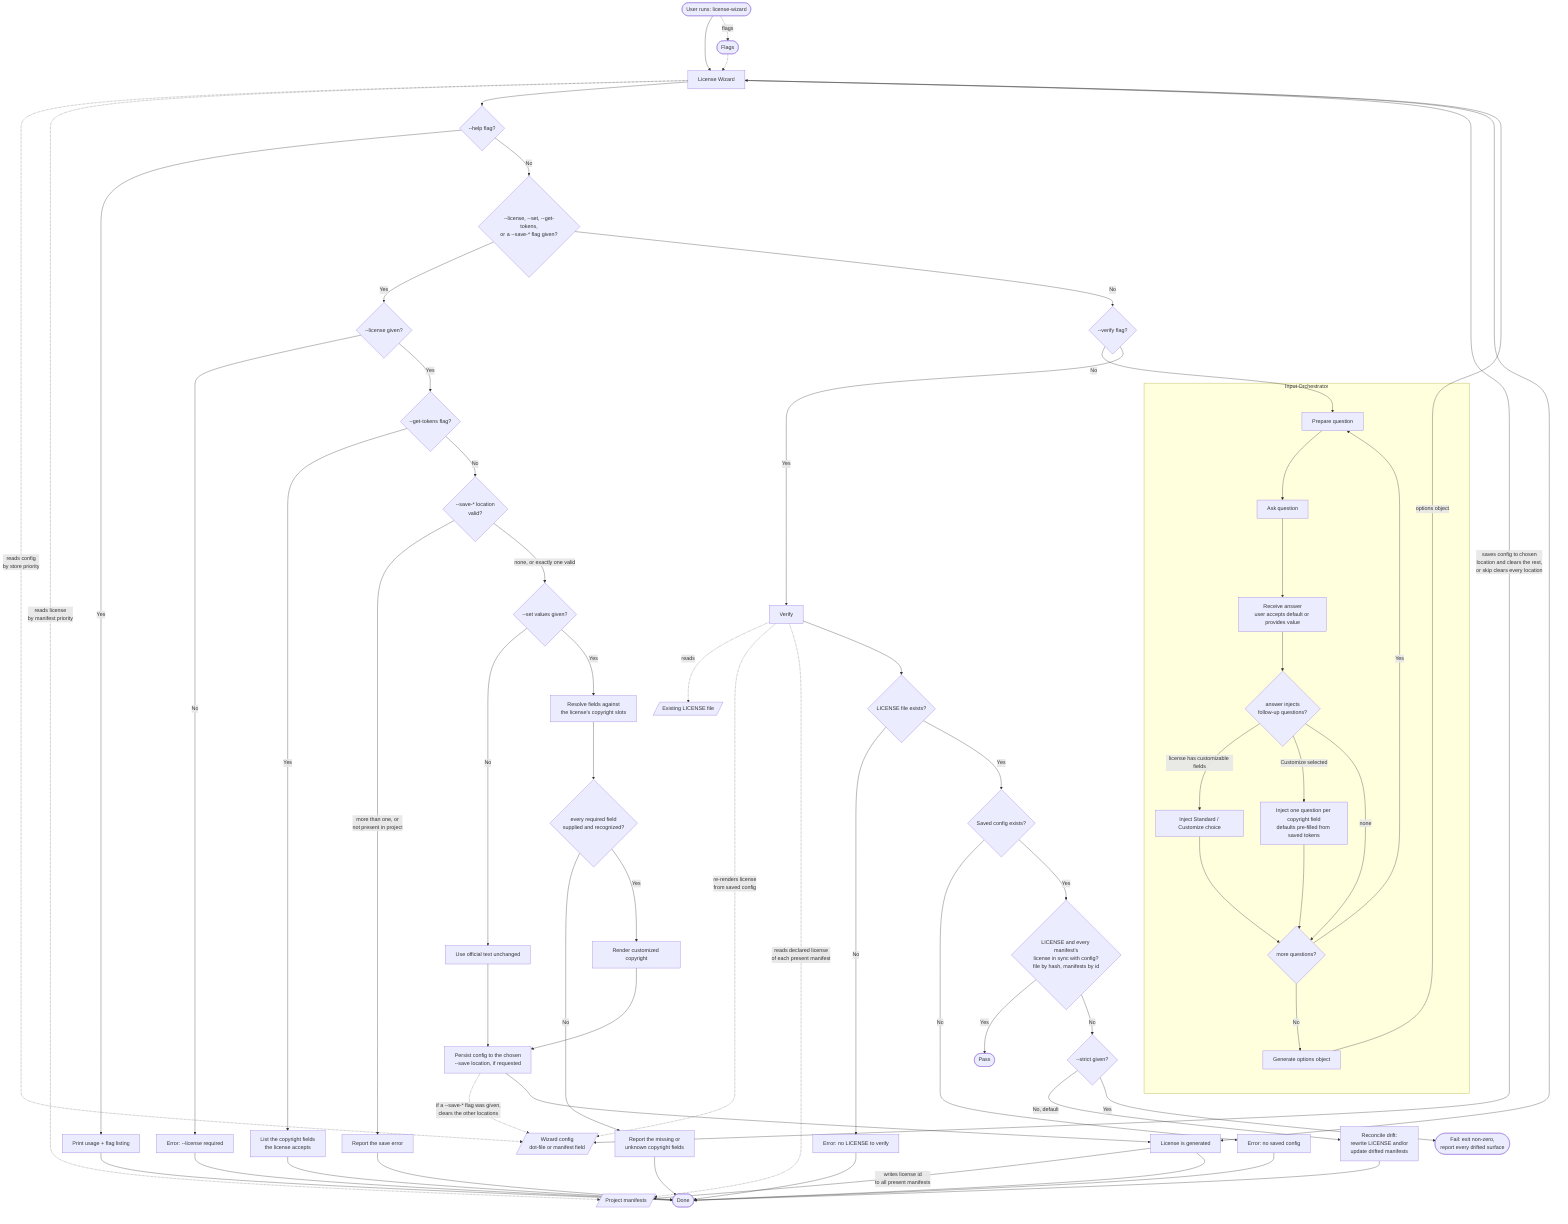
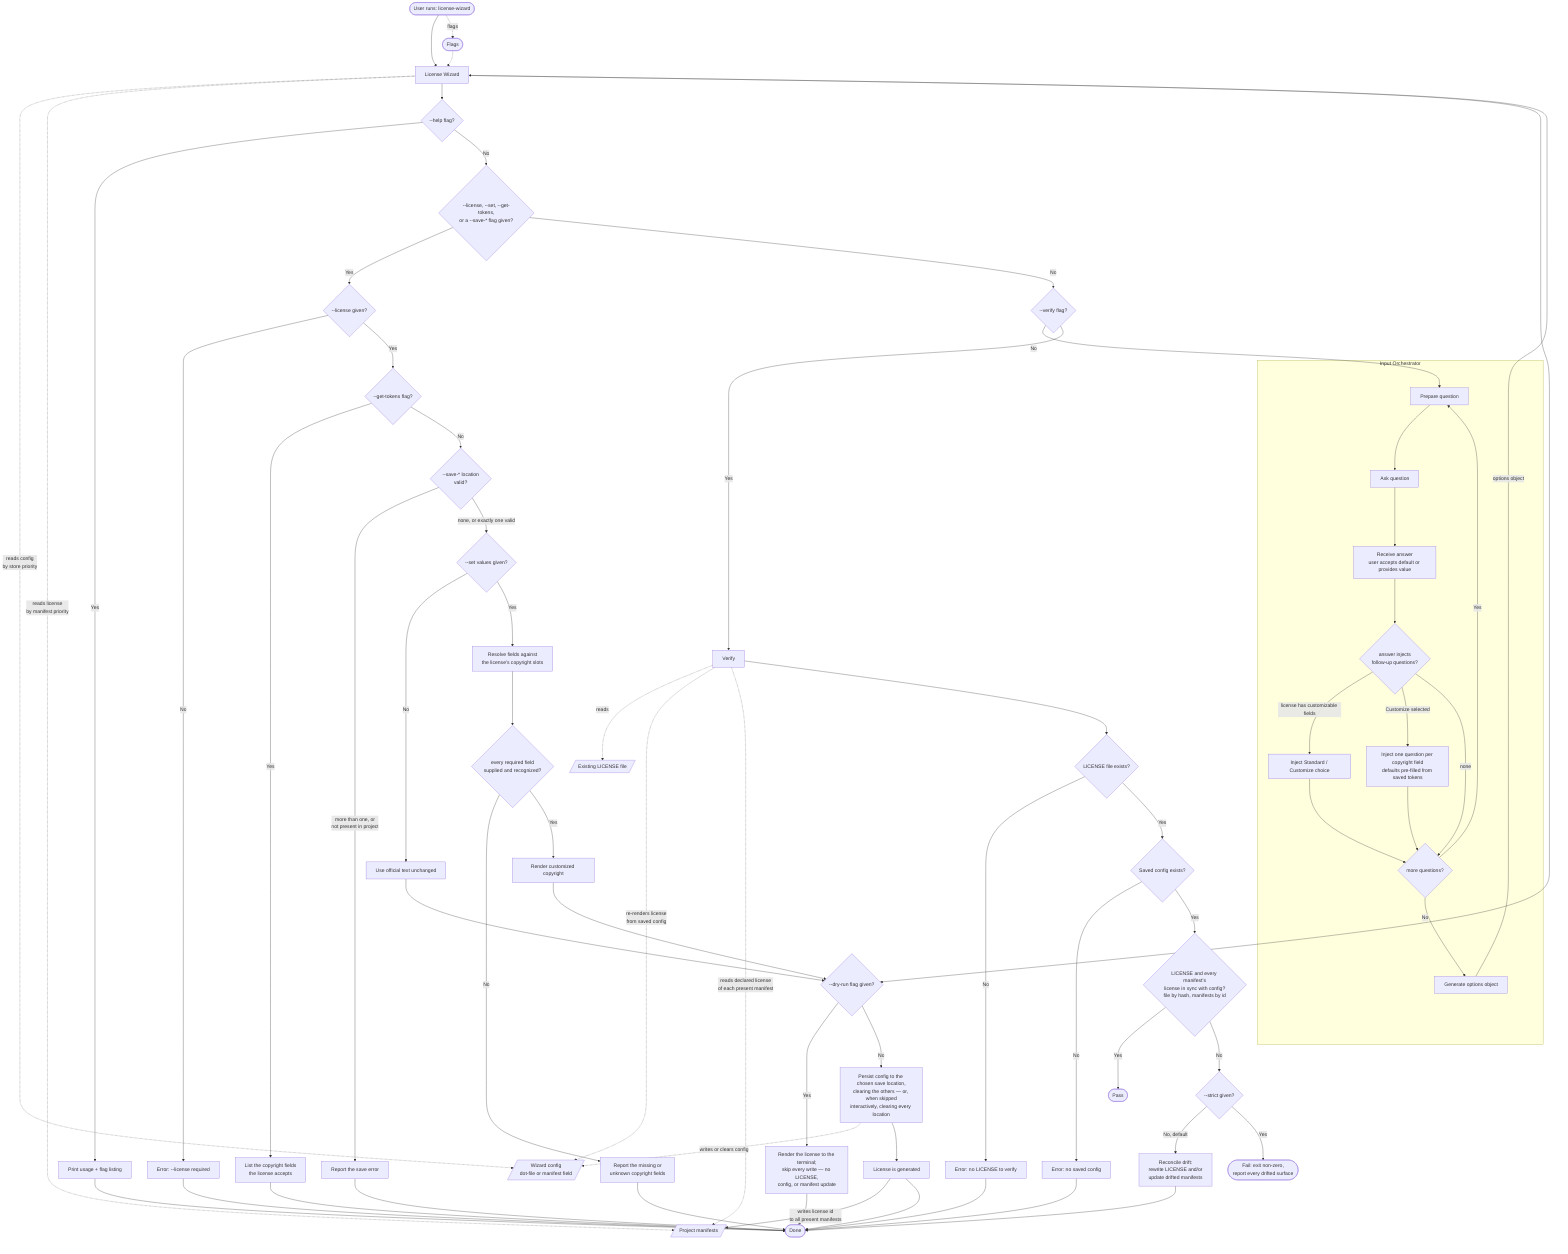
flowchart TD
    A([User runs: license-wizard]) --> LW[License Wizard]
    A -.->|flags| FL([Flags])
    FL -.-> LW
    LW -.->|reads config<br/>by store priority| LC[/Wizard config<br/>dot-file or manifest field/]
    LW -.->|reads license<br/>by manifest priority| PJ[/Project manifests/]

    LW --> HELP{--help flag?}

    %% ─── Help path ───
    HELP -->|Yes| HU[Print usage + flag listing]
    HU --> H

    HELP -->|No| NI{--license, --set, --get-tokens,<br/>or a --save-* flag given?}

    %% ─── Non-interactive CLI path ───
    NI -->|Yes| NIL{--license given?}
    NIL -->|No| ERRL[Error: --license required] --> H
    NIL -->|Yes| GT{--get-tokens flag?}
    GT -->|Yes| LT[List the copyright fields<br/>the license accepts] --> H
    GT -->|No| SV{--save-* location<br/>valid?}
    SV -->|more than one, or<br/>not present in project| ERRS[Report the save error] --> H
    SV -->|none, or exactly one valid| HS{--set values given?}
    HS -->|No| STD[Use official text unchanged]
    HS -->|Yes| RES[Resolve fields against<br/>the license's copyright slots]
    RES --> CHK{every required field<br/>supplied and recognized?}
    CHK -->|No| NEED[Report the missing or<br/>unknown copyright fields] --> H
    CHK -->|Yes| CUST[Render customized copyright]
-     STD --> PSV
-     CUST --> PSV
-     PSV[Persist config to the chosen<br/>--save location, if requested]
-     PSV -.->|if a --save-* flag was given,<br/>clears the other locations| LC
+     STD --> DR
+     CUST --> DR
+ 
+     %% ─── Dry-run gate (shared by both generation paths) ───
+     DR{--dry-run flag given?}
+     DR -->|Yes| DRP[Render the license to the terminal;<br/>skip every write — no LICENSE,<br/>config, or manifest update] --> H
+     DR -->|No| PSV
+     PSV[Persist config to the chosen save location,<br/>clearing the others — or, when skipped<br/>interactively, clearing every location]
+     PSV -.->|writes or clears config| LC
    PSV --> G

    NI -->|No| M{--verify flag?}

    %% ─── Interactive / generation path ───
    M -->|No| C

    subgraph IO [Input Orchestrator]
        C[Prepare question]
        C --> D[Ask question]
        D --> E[Receive answer<br/>user accepts default or provides value]
        E --> INJ{answer injects<br/>follow-up questions?}
        INJ -->|license has customizable fields| MODE[Inject Standard / Customize choice]
        INJ -->|Customize selected| FIELDS[Inject one question per copyright field<br/>defaults pre-filled from saved tokens]
        INJ -->|none| F
        MODE --> F
        FIELDS --> F
        F{more questions?}
        F -->|Yes| C
        F -->|No| OG[Generate options object]
    end

    OG -->|options object| LW
-     LW -->|saves config to chosen<br/>location and clears the rest,<br/>or skip clears every location| LC
-     LW --> G[License is generated]
+     LW --> DR
+     G[License is generated]
    G -->|writes license id<br/>to all present manifests| PJ
    G --> H([Done])

    %% ─── Verification path (standalone: ignores every other flag) ───
    M -->|Yes| V[Verify]
    V -.->|reads| EL[/Existing LICENSE file/]
    V -.->|re-renders license<br/>from saved config| LC
    V -.->|reads declared license<br/>of each present manifest| PJ
    V --> HASL{LICENSE file exists?}
    HASL -->|No| ERRNL[Error: no LICENSE to verify] --> H
    HASL -->|Yes| HASC{Saved config exists?}
    HASC -->|No| ERRNC[Error: no saved config] --> H
    HASC -->|Yes| R{LICENSE and every manifest's<br/>license in sync with config?<br/>file by hash, manifests by id}
    R -->|Yes| PASS([Pass])
    R -->|No| AG{--strict given?}
    AG -->|No, default| G2[Reconcile drift:<br/>rewrite LICENSE and/or<br/>update drifted manifests] --> H
    AG -->|Yes| FAIL([Fail: exit non-zero,<br/>report every drifted surface])
